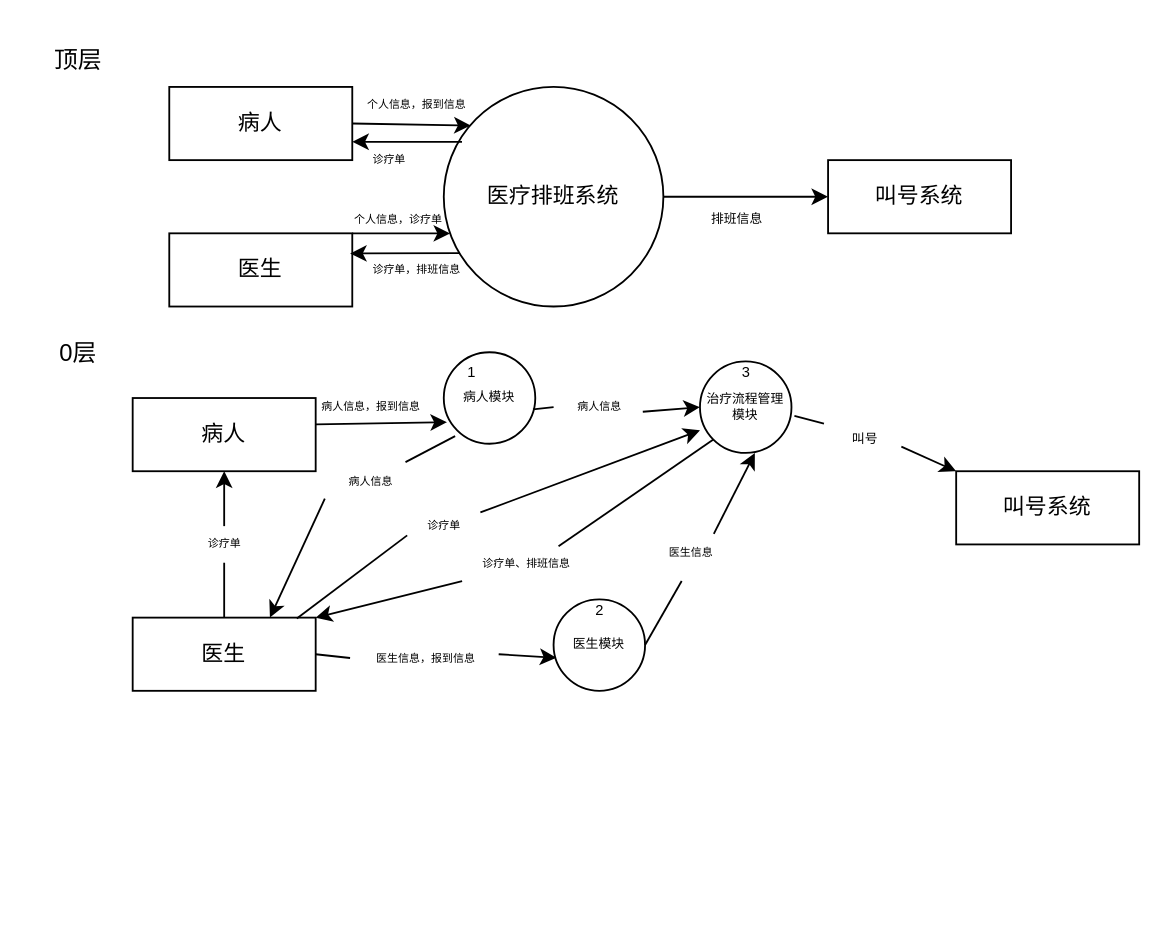
The draw.io diagram 数据流图.drawio in Blouse-Quin/Time-Allocation-Platform, before the edit. Source tidied: cells renumbered, new cells numbered last; positions are measured from the earlier drawing's top-left corner, leaving out a move shared by most shapes. Both pictures are drawn from the tidied source at 183%, with x=0, y=0 at pixel (31, 31).
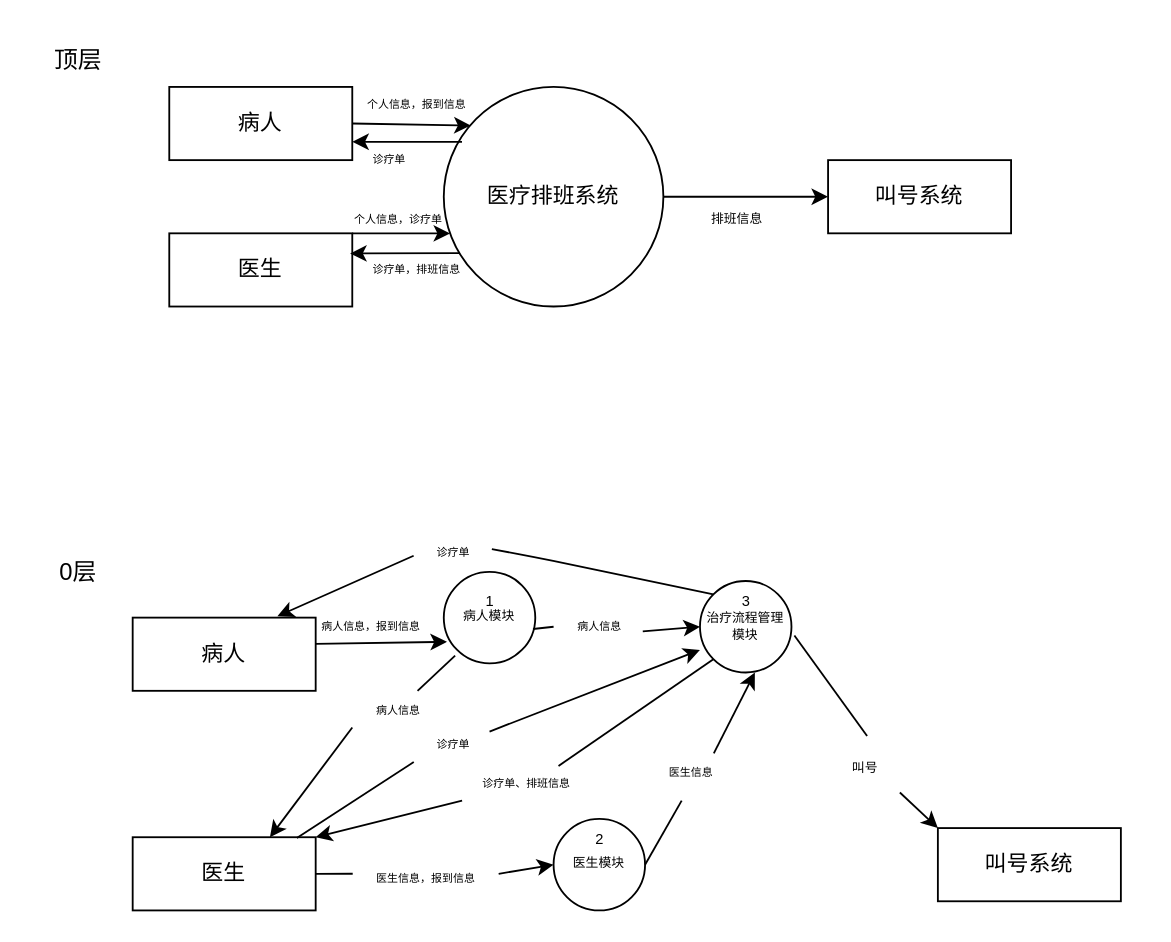
After the change.

What changed in the source:
```diff
@@
     <mxCell id="12" value="&lt;font style=&quot;font-size: 13px;&quot;&gt;0层&lt;/font&gt;" style="text;html=1;align=center;verticalAlign=middle;strokeColor=none;fillColor=none;fontSize=8;" parent="1" vertex="1">
-      <mxGeometry x="5" y="160" width="40" height="30" as="geometry" />
+      <mxGeometry x="5" y="280" width="40" height="30" as="geometry" />
     </mxCell>
@@
     <mxCell id="18" value="病人" style="rounded=0;whiteSpace=wrap;html=1;" parent="1" vertex="1">
-      <mxGeometry x="55" y="200" width="100" height="40" as="geometry" />
+      <mxGeometry x="55" y="320" width="100" height="40" as="geometry" />
     </mxCell>
@@
     <mxCell id="20" value="医生" style="rounded=0;whiteSpace=wrap;html=1;" parent="1" vertex="1">
-      <mxGeometry x="55" y="320" width="100" height="40" as="geometry" />
+      <mxGeometry x="55" y="440" width="100" height="40" as="geometry" />
     </mxCell>
     <mxCell id="21" value="叫号系统" style="rounded=0;whiteSpace=wrap;html=1;" parent="1" vertex="1">
-      <mxGeometry x="505" y="240" width="100" height="40" as="geometry" />
+      <mxGeometry x="495" y="435" width="100" height="40" as="geometry" />
     </mxCell>
@@
     <mxCell id="23" value="病人模块" style="ellipse;whiteSpace=wrap;html=1;fontSize=7;" parent="1" vertex="1">
-      <mxGeometry x="225" y="175" width="50" height="50" as="geometry" />
+      <mxGeometry x="225" y="295" width="50" height="50" as="geometry" />
     </mxCell>
@@
     <mxCell id="25" value="医生模块" style="ellipse;whiteSpace=wrap;html=1;fontSize=7;" parent="1" vertex="1">
-      <mxGeometry x="285" y="310" width="50" height="50" as="geometry" />
+      <mxGeometry x="285" y="430" width="50" height="50" as="geometry" />
     </mxCell>
+    <mxCell id="27" style="edgeStyle=none;html=1;exitX=0;exitY=1;exitDx=0;exitDy=0;entryX=1;entryY=0;entryDx=0;entryDy=0;fontSize=8;startArrow=none;" parent="1" edge="1" source="44" target="20">
+      <mxGeometry relative="1" as="geometry" />
+    </mxCell>
-    <mxCell id="26" style="edgeStyle=none;html=1;exitX=0.5;exitY=0;exitDx=0;exitDy=0;entryX=0.5;entryY=1;entryDx=0;entryDy=0;fontSize=8;startArrow=none;" parent="1" edge="1" source="42" target="18">
+    <mxCell id="26" style="edgeStyle=none;html=1;exitX=-0.037;exitY=0.559;exitDx=0;exitDy=0;entryX=0.791;entryY=-0.019;entryDx=0;entryDy=0;entryPerimeter=0;startArrow=none;exitPerimeter=0;" parent="1" edge="1" source="42" target="18">
       <mxGeometry relative="1" as="geometry" />
     </mxCell>
-    <mxCell id="27" style="edgeStyle=none;html=1;exitX=0;exitY=1;exitDx=0;exitDy=0;entryX=1;entryY=0;entryDx=0;entryDy=0;fontSize=8;startArrow=none;" parent="1" edge="1" source="44" target="20">
-      <mxGeometry relative="1" as="geometry" />
-    </mxCell>
     <mxCell id="28" value="治疗流程管理模块" style="ellipse;whiteSpace=wrap;html=1;fontSize=7;" parent="1" vertex="1">
-      <mxGeometry x="365" y="180" width="50" height="50" as="geometry" />
+      <mxGeometry x="365" y="300" width="50" height="50" as="geometry" />
     </mxCell>
     <mxCell id="29" value="病人信息，报到信息" style="text;html=1;align=center;verticalAlign=middle;points=[];strokeColor=none;fillColor=none;fontSize=6;" parent="1" vertex="1">
-      <mxGeometry x="145" y="195" width="80" height="20" as="geometry" />
+      <mxGeometry x="145" y="315" width="80" height="20" as="geometry" />
     </mxCell>
@@
-    <mxCell id="31" style="edgeStyle=none;html=1;exitX=1;exitY=0.5;exitDx=0;exitDy=0;entryX=0.031;entryY=0.639;entryDx=0;entryDy=0;entryPerimeter=0;startArrow=none;" parent="1" edge="1" source="46" target="25">
+    <mxCell id="31" style="edgeStyle=none;html=1;exitX=1;exitY=0.5;exitDx=0;exitDy=0;entryX=0;entryY=0.5;entryDx=0;entryDy=0;startArrow=none;" parent="1" edge="1" source="46" target="25">
       <mxGeometry relative="1" as="geometry" />
     </mxCell>
     <mxCell id="32" value="&lt;font style=&quot;font-size: 8px;&quot;&gt;1&lt;/font&gt;" style="text;html=1;align=center;verticalAlign=middle;strokeColor=none;fillColor=none;" parent="1" vertex="1">
-      <mxGeometry x="225" y="170" width="30" height="30" as="geometry" />
+      <mxGeometry x="235" y="295" width="30" height="30" as="geometry" />
     </mxCell>
     <mxCell id="33" value="&lt;font style=&quot;font-size: 8px;&quot;&gt;2&lt;/font&gt;" style="text;html=1;align=center;verticalAlign=middle;strokeColor=none;fillColor=none;" parent="1" vertex="1">
-      <mxGeometry x="295" y="300" width="30" height="30" as="geometry" />
+      <mxGeometry x="295" y="425" width="30" height="30" as="geometry" />
     </mxCell>
     <mxCell id="34" value="&lt;span style=&quot;font-size: 8px;&quot;&gt;3&lt;/span&gt;" style="text;html=1;align=center;verticalAlign=middle;strokeColor=none;fillColor=none;" parent="1" vertex="1">
-      <mxGeometry x="375" y="170" width="30" height="30" as="geometry" />
+      <mxGeometry x="375" y="295" width="30" height="30" as="geometry" />
     </mxCell>
-    <mxCell id="35" style="edgeStyle=none;html=1;exitX=1.001;exitY=0.719;exitDx=0;exitDy=0;entryX=0;entryY=0;entryDx=0;entryDy=0;exitPerimeter=0;startArrow=none;" parent="1" edge="1" source="52" target="21">
+    <mxCell id="35" style="edgeStyle=none;html=1;exitX=0.981;exitY=1.019;exitDx=0;exitDy=0;entryX=0;entryY=0;entryDx=0;entryDy=0;exitPerimeter=0;startArrow=none;" parent="1" edge="1" source="52" target="21">
       <mxGeometry relative="1" as="geometry" />
     </mxCell>
@@
-    <mxCell id="37" style="edgeStyle=none;html=1;exitX=0.897;exitY=0.012;exitDx=0;exitDy=0;entryX=0;entryY=0.753;entryDx=0;entryDy=0;entryPerimeter=0;fontSize=8;endArrow=none;exitPerimeter=0;" parent="1" edge="1" source="20" target="38">
+    <mxCell id="37" style="edgeStyle=none;html=1;exitX=0.897;exitY=0.012;exitDx=0;exitDy=0;entryX=-0.035;entryY=0.947;entryDx=0;entryDy=0;entryPerimeter=0;fontSize=8;endArrow=none;exitPerimeter=0;" parent="1" edge="1" source="20" target="38">
       <mxGeometry relative="1" as="geometry" />
     </mxCell>
     <mxCell id="38" value="诊疗单" style="text;html=1;align=center;verticalAlign=middle;points=[];strokeColor=none;fillColor=none;fontSize=6;" parent="1" vertex="1">
-      <mxGeometry x="205" y="260" width="40" height="20" as="geometry" />
+      <mxGeometry x="210" y="380" width="40" height="20" as="geometry" />
     </mxCell>
@@
     <mxCell id="40" value="&lt;font style=&quot;font-size: 6px;&quot;&gt;病人信息&lt;/font&gt;" style="text;html=1;align=center;verticalAlign=middle;points=[];strokeColor=none;fillColor=none;fontSize=8;" parent="1" vertex="1">
-      <mxGeometry x="160" y="235" width="50" height="20" as="geometry" />
+      <mxGeometry x="175" y="360" width="50" height="20" as="geometry" />
     </mxCell>
-    <mxCell id="41" style="edgeStyle=none;html=1;exitX=0.5;exitY=0;exitDx=0;exitDy=0;entryX=0.5;entryY=1;entryDx=0;entryDy=0;fontSize=8;endArrow=none;" parent="1" edge="1" source="20" target="42">
-      <mxGeometry relative="1" as="geometry" />
-    </mxCell>
-    <mxCell id="42" value="诊疗单" style="text;html=1;align=center;verticalAlign=middle;points=[];strokeColor=none;fillColor=none;fontSize=6;" parent="1" vertex="1">
-      <mxGeometry x="85" y="270" width="40" height="20" as="geometry" />
-    </mxCell>
@@
     <mxCell id="44" value="&lt;font style=&quot;font-size: 6px;&quot;&gt;诊疗单、排班信息&lt;/font&gt;" style="text;html=1;align=center;verticalAlign=middle;points=[];strokeColor=none;fillColor=none;fontSize=8;" parent="1" vertex="1">
-      <mxGeometry x="235" y="280" width="70" height="20" as="geometry" />
+      <mxGeometry x="235" y="400" width="70" height="20" as="geometry" />
     </mxCell>
-    <mxCell id="45" style="edgeStyle=none;html=1;exitX=1;exitY=0.5;exitDx=0;exitDy=0;endArrow=none;entryX=-0.015;entryY=0.569;entryDx=0;entryDy=0;entryPerimeter=0;" parent="1" edge="1" source="20" target="46">
+    <mxCell id="45" style="edgeStyle=none;html=1;exitX=1;exitY=0.5;exitDx=0;exitDy=0;endArrow=none;entryX=0.003;entryY=0.498;entryDx=0;entryDy=0;entryPerimeter=0;" parent="1" edge="1" source="20" target="46">
       <mxGeometry relative="1" as="geometry" />
     </mxCell>
     <mxCell id="46" value="&lt;font style=&quot;font-size: 6px;&quot;&gt;医生信息，报到信息&lt;/font&gt;" style="text;html=1;align=center;verticalAlign=middle;points=[];strokeColor=none;fillColor=none;fontSize=13;" parent="1" vertex="1">
-      <mxGeometry x="175" y="325" width="80" height="30" as="geometry" />
+      <mxGeometry x="175" y="445" width="80" height="30" as="geometry" />
     </mxCell>
@@
     <mxCell id="48" value="医生信息" style="text;html=1;align=center;verticalAlign=middle;points=[];strokeColor=none;fillColor=none;fontSize=6;" parent="1" vertex="1">
-      <mxGeometry x="335" y="275" width="50" height="20" as="geometry" />
+      <mxGeometry x="335" y="395" width="50" height="20" as="geometry" />
     </mxCell>
@@
     <mxCell id="50" value="病人信息" style="text;html=1;align=center;verticalAlign=middle;points=[];strokeColor=none;fillColor=none;fontSize=6;" parent="1" vertex="1">
-      <mxGeometry x="285" y="195" width="50" height="20" as="geometry" />
+      <mxGeometry x="285" y="315" width="50" height="20" as="geometry" />
     </mxCell>
-    <mxCell id="51" style="edgeStyle=none;html=1;exitX=1.032;exitY=0.596;exitDx=0;exitDy=0;entryX=-0.056;entryY=0.3;entryDx=0;entryDy=0;exitPerimeter=0;endArrow=none;entryPerimeter=0;" parent="1" edge="1" source="28" target="52">
+    <mxCell id="51" style="edgeStyle=none;html=1;exitX=1.032;exitY=0.596;exitDx=0;exitDy=0;entryX=0.533;entryY=-0.009;entryDx=0;entryDy=0;exitPerimeter=0;endArrow=none;entryPerimeter=0;" parent="1" edge="1" source="28" target="52">
       <mxGeometry relative="1" as="geometry" />
     </mxCell>
     <mxCell id="52" value="&lt;span style=&quot;font-size: 7px;&quot;&gt;叫号&lt;/span&gt;" style="text;html=1;align=center;verticalAlign=middle;points=[];strokeColor=none;fillColor=none;fontSize=13;" parent="1" vertex="1">
-      <mxGeometry x="435" y="205" width="40" height="30" as="geometry" />
+      <mxGeometry x="435" y="385" width="40" height="30" as="geometry" />
     </mxCell>
+    <mxCell id="53" style="edgeStyle=none;html=1;exitX=0;exitY=0;exitDx=0;exitDy=0;entryX=1.032;entryY=0.378;entryDx=0;entryDy=0;entryPerimeter=0;endArrow=none;" parent="1" edge="1" source="28" target="42">
+      <mxGeometry relative="1" as="geometry">
+        <Array as="points">
+          <mxPoint x="275" y="287" />
+        </Array>
+      </mxGeometry>
+    </mxCell>
+    <mxCell id="42" value="诊疗单" style="text;html=1;align=center;verticalAlign=middle;points=[];strokeColor=none;fillColor=none;fontSize=6;" parent="1" vertex="1">
+      <mxGeometry x="210" y="275" width="40" height="20" as="geometry" />
+    </mxCell>
```
